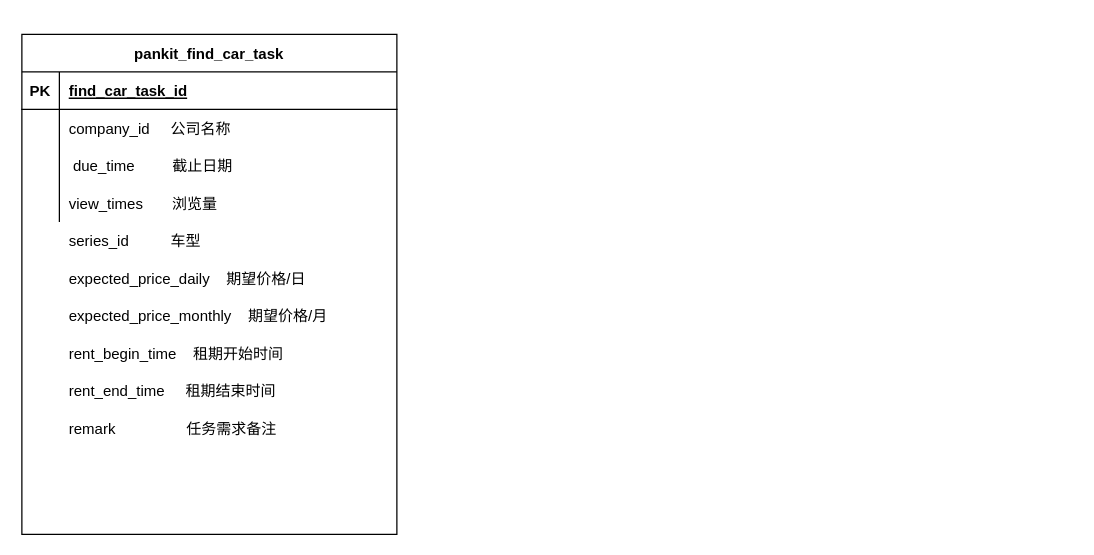
The draw.io diagram 智享调车表设计.drawio in yangrenqing/yangrenqing, before the edit. Source tidied: cells renumbered, new cells numbered last; positions are measured from the earlier drawing's top-left corner, leaving out a move shared by most shapes. Both pictures are drawn from the tidied source at 125%, with x=0, y=0 at pixel (21, 34).
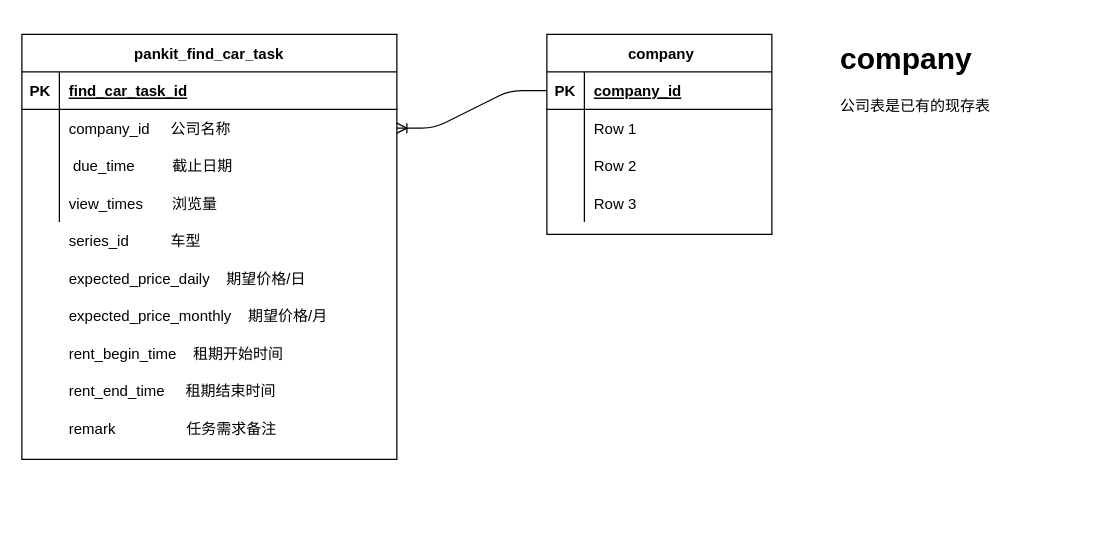
After the change.

Commit message (it also covers changes not shown here):
Update 智享调车表设计.drawio

Unchanged cells that the change refers to:
```xml
<mxCell id="6" style="shape=partialRectangle;fillColor=none;top=0;left=0;bottom=0;right=0;points=[[0,0.5],[1,0.5]];portConstraint=eastwest;" parent="2" vertex="1">
  <mxGeometry y="60" width="300" height="30" as="geometry" />
</mxCell>
```

The edit, as a diff of the source:
```diff
@@
     <mxCell id="2" value="pankit_find_car_task" style="shape=table;startSize=30;childLayout=tableLayout;rowLines=0;fontStyle=1;align=center;" parent="1" vertex="1">
-      <mxGeometry width="300" height="400" as="geometry" />
+      <mxGeometry width="300" height="340" as="geometry" />
     </mxCell>
@@
+    <mxCell id="21" value=" company" style="shape=table;startSize=30;childLayout=tableLayout;rowLines=0;fontStyle=1;align=center;" parent="1" vertex="1">
+      <mxGeometry x="420" width="180" height="160" as="geometry" />
+    </mxCell>
+    <mxCell id="22" style="shape=partialRectangle;fillColor=none;top=0;left=0;bottom=1;right=0;points=[[0,0.5],[1,0.5]];portConstraint=eastwest;" parent="21" vertex="1">
+      <mxGeometry y="30" width="180" height="30" as="geometry" />
+    </mxCell>
+    <mxCell id="23" value="PK" style="shape=partialRectangle;fillColor=none;top=0;left=0;bottom=0;right=0;fontStyle=1;overflow=hidden;" parent="22" vertex="1">
+      <mxGeometry width="30" height="30" as="geometry" />
+    </mxCell>
+    <mxCell id="24" value="company_id" style="shape=partialRectangle;fillColor=none;top=0;left=0;bottom=0;right=0;align=left;spacingLeft=6;fontStyle=5;overflow=hidden;" parent="22" vertex="1">
+      <mxGeometry x="30" width="150" height="30" as="geometry" />
+    </mxCell>
+    <mxCell id="25" style="shape=partialRectangle;fillColor=none;top=0;left=0;bottom=0;right=0;" parent="21" vertex="1">
+      <mxGeometry y="60" width="180" height="30" as="geometry" />
+    </mxCell>
+    <mxCell id="26" style="shape=partialRectangle;fillColor=none;top=0;left=0;bottom=0;right=0;overflow=hidden;" parent="25" vertex="1">
+      <mxGeometry width="30" height="30" as="geometry" />
+    </mxCell>
+    <mxCell id="27" value="Row 1" style="shape=partialRectangle;fillColor=none;top=0;left=0;bottom=0;right=0;align=left;spacingLeft=6;overflow=hidden;" parent="25" vertex="1">
+      <mxGeometry x="30" width="150" height="30" as="geometry" />
+    </mxCell>
+    <mxCell id="28" style="shape=partialRectangle;fillColor=none;top=0;left=0;bottom=0;right=0;" parent="21" vertex="1">
+      <mxGeometry y="90" width="180" height="30" as="geometry" />
+    </mxCell>
+    <mxCell id="29" style="shape=partialRectangle;fillColor=none;top=0;left=0;bottom=0;right=0;overflow=hidden;" parent="28" vertex="1">
+      <mxGeometry width="30" height="30" as="geometry" />
+    </mxCell>
+    <mxCell id="30" value="Row 2" style="shape=partialRectangle;fillColor=none;top=0;left=0;bottom=0;right=0;align=left;spacingLeft=6;overflow=hidden;" parent="28" vertex="1">
+      <mxGeometry x="30" width="150" height="30" as="geometry" />
+    </mxCell>
+    <mxCell id="31" style="shape=partialRectangle;fillColor=none;top=0;left=0;bottom=0;right=0;" parent="21" vertex="1">
+      <mxGeometry y="120" width="180" height="30" as="geometry" />
+    </mxCell>
+    <mxCell id="32" style="shape=partialRectangle;fillColor=none;top=0;left=0;bottom=0;right=0;overflow=hidden;" parent="31" vertex="1">
+      <mxGeometry width="30" height="30" as="geometry" />
+    </mxCell>
+    <mxCell id="33" value="Row 3" style="shape=partialRectangle;fillColor=none;top=0;left=0;bottom=0;right=0;align=left;spacingLeft=6;overflow=hidden;" parent="31" vertex="1">
+      <mxGeometry x="30" width="150" height="30" as="geometry" />
+    </mxCell>
+    <mxCell id="34" value="&lt;h1&gt;company&lt;/h1&gt;&lt;p&gt;公司表是已有的现存表&lt;/p&gt;" style="text;html=1;strokeColor=none;fillColor=none;spacing=5;spacingTop=-20;whiteSpace=wrap;overflow=hidden;rounded=0;" parent="1" vertex="1">
+      <mxGeometry x="650" width="190" height="120" as="geometry" />
+    </mxCell>
+    <mxCell id="35" style="edgeStyle=entityRelationEdgeStyle;fontSize=12;html=1;endArrow=ERoneToMany;exitX=0;exitY=0.5;exitDx=0;exitDy=0;entryX=1;entryY=0.5;entryDx=0;entryDy=0;" parent="1" edge="1" source="22" target="6">
+      <mxGeometry relative="1" as="geometry" />
+    </mxCell>
```
